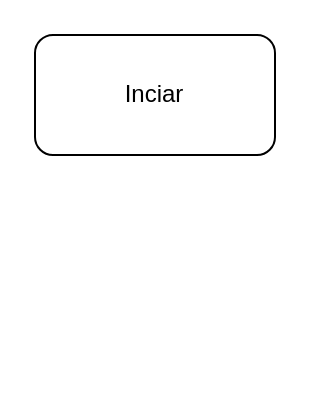
The draw.io diagram Diagrama sem nome.drawio in Pedro-e-Juliana0214/projeto-urna-2022, before the edit. Source tidied: cells renumbered, new cells numbered last; positions are measured from the earlier drawing's top-left corner, leaving out a move shared by most shapes. Both pictures are drawn from the tidied source at 200%, with x=0, y=0 at pixel (34, 34).
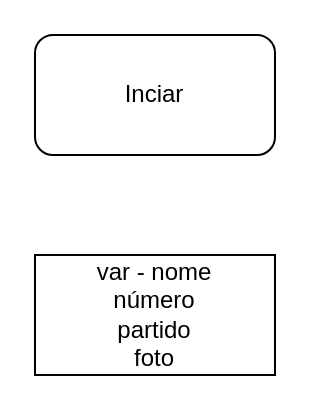
The same page after the edit.

Diff of the diagram source:
```diff
@@
 <mxGraphModel>
   <root>
     <mxCell id="0" />
     <mxCell id="1" parent="0" />
     <mxCell id="2" value="Inciar" style="rounded=1;whiteSpace=wrap;html=1;" parent="1" vertex="1">
       <mxGeometry width="120" height="60" as="geometry" />
     </mxCell>
+    <mxCell id="3" value="var - nome&lt;br&gt;número&lt;br&gt;partido&lt;br&gt;foto" style="rounded=0;whiteSpace=wrap;html=1;" parent="1" vertex="1">
+      <mxGeometry y="110" width="120" height="60" as="geometry" />
+    </mxCell>
   </root>
 </mxGraphModel>
```
